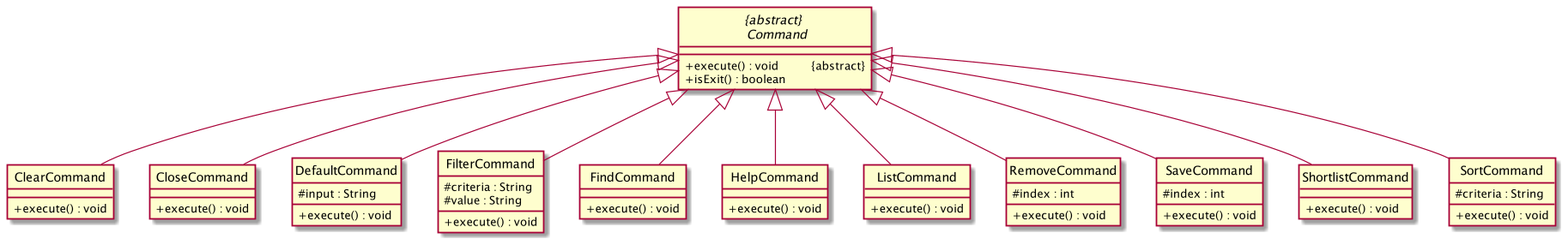
This is docs/diagrams/CommandClass.png from nus-cs2113-AY2021S1/tp, a PlantUML export, as it was before one commit.
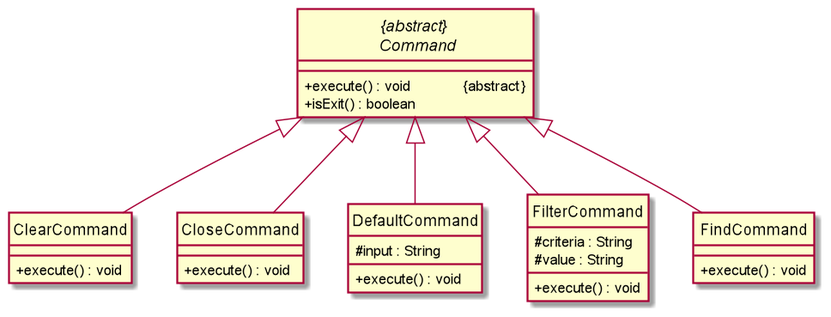
Later version of the same file.

Commit message:
broken class diagram up

What changed in the source:
```diff
@@ -26,37 +26,11 @@
 class FindCommand {
 + execute() : void
 }
-class HelpCommand {
-+ execute() : void
-}
-class ListCommand {
-+ execute() : void
-}
-class RemoveCommand {
-# index : int
-+ execute() : void
-}
-class SaveCommand {
-# index : int
-+ execute() : void
-}
-class ShortlistCommand {
-+ execute() : void
-}
-class SortCommand {
-# criteria : String
-+ execute() : void
-}
 
 "{abstract} \n Command" <|-- ClearCommand
 "{abstract} \n Command" <|-- CloseCommand
 "{abstract} \n Command" <|-- DefaultCommand
 "{abstract} \n Command" <|-- FilterCommand
 "{abstract} \n Command" <|-- FindCommand
-"{abstract} \n Command" <|-- HelpCommand
-"{abstract} \n Command" <|-- ListCommand
-"{abstract} \n Command" <|-- RemoveCommand
-"{abstract} \n Command" <|-- SaveCommand
-"{abstract} \n Command" <|-- ShortlistCommand
-"{abstract} \n Command" <|-- SortCommand
+
 @enduml
```
